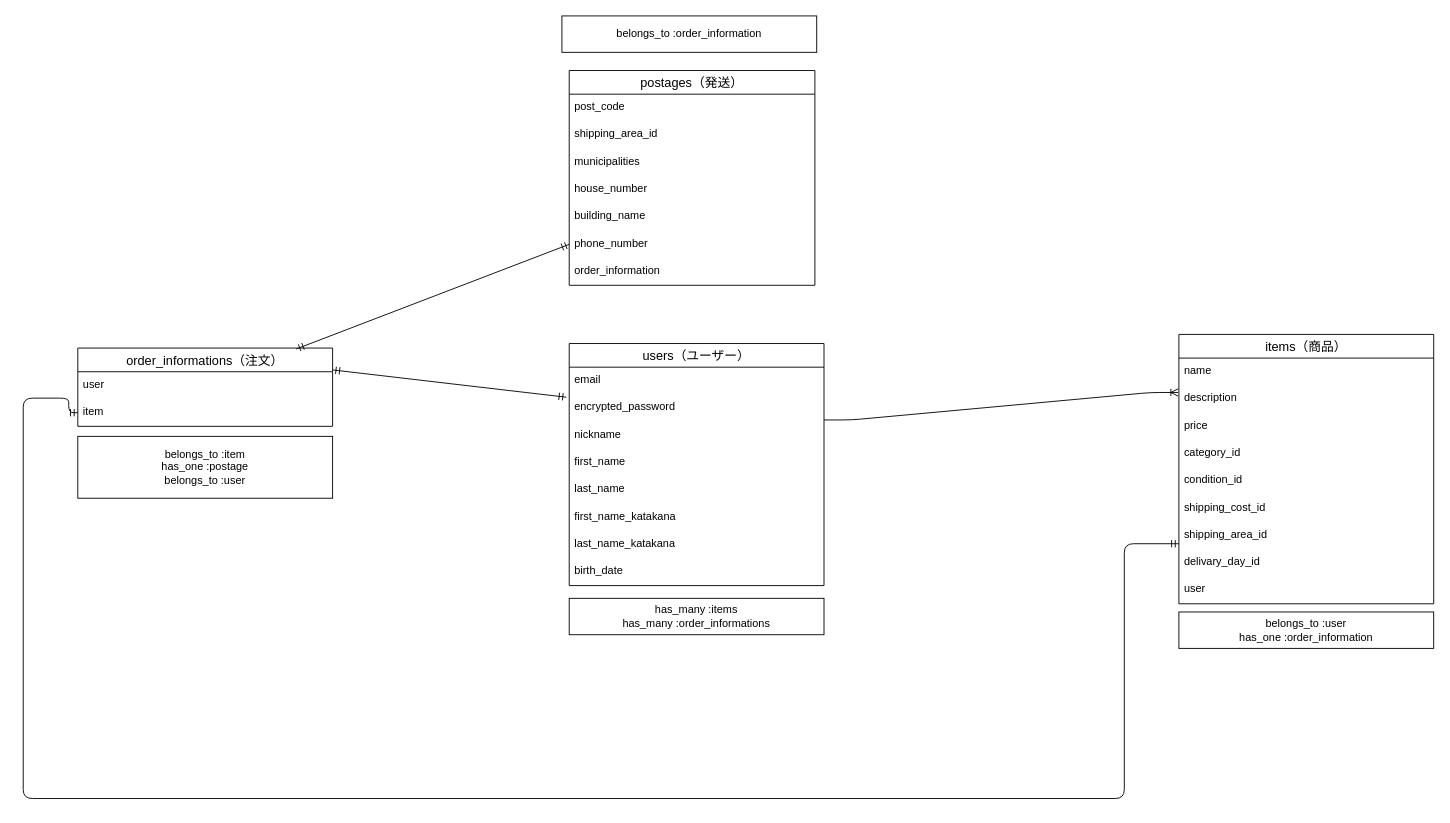
ippeiman/furima-39106 keeps this draw.io diagram as furima.dio. Above is the earlier version. Source tidied: cells renumbered, new cells numbered last; positions are measured from the earlier drawing's top-left corner, leaving out a move shared by most shapes. Both pictures are drawn from the tidied source at 91%, with x=0, y=0 at pixel (23, 15).
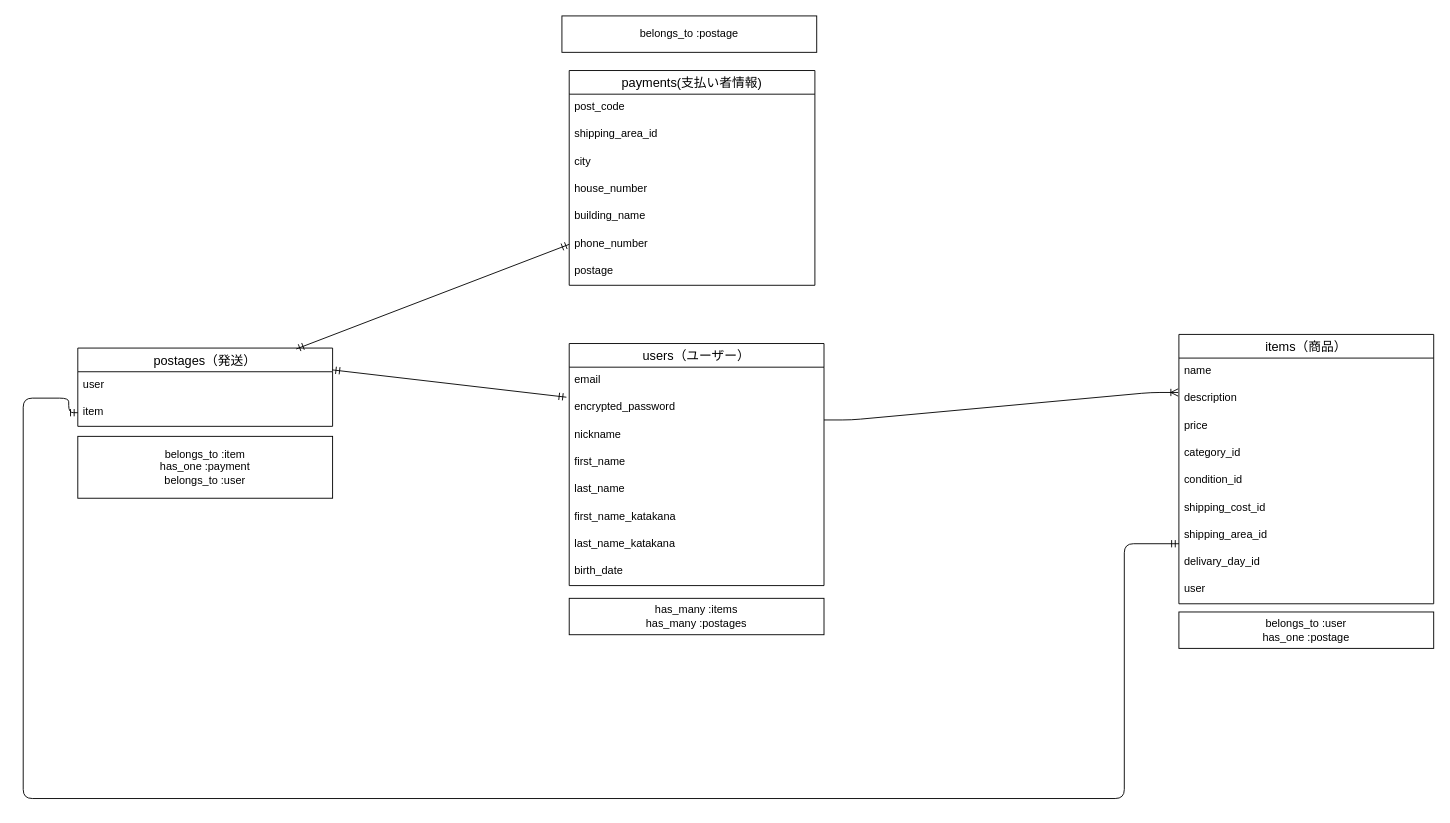
The same diagram, later.

What changed in the source:
```diff
@@
-    <mxCell id="22" value="order_informations（注文）" style="swimlane;fontStyle=0;horizontal=1;startSize=26;align=center;fontSize=14;" parent="1" vertex="1">
+    <mxCell id="22" value="postages（発送）" style="swimlane;fontStyle=0;horizontal=1;startSize=26;align=center;fontSize=14;" parent="1" vertex="1">
       <mxGeometry x="60" y="365" width="280" height="86" as="geometry" />
     </mxCell>
@@
-    <mxCell id="27" value="belongs_to :user&lt;br&gt;has_one :order_information" style="whiteSpace=wrap;html=1;align=center;" parent="1" vertex="1">
+    <mxCell id="27" value="belongs_to :user&lt;br&gt;has_one :postage" style="whiteSpace=wrap;html=1;align=center;" parent="1" vertex="1">
       <mxGeometry x="1270" y="655" width="280" height="40" as="geometry" />
     </mxCell>
-    <mxCell id="28" value="belongs_to :item&lt;br&gt;has_one :postage&lt;br&gt;belongs_to :user" style="whiteSpace=wrap;html=1;align=center;" parent="1" vertex="1">
+    <mxCell id="28" value="belongs_to :item&lt;br&gt;has_one :payment&lt;br&gt;belongs_to :user" style="whiteSpace=wrap;html=1;align=center;" parent="1" vertex="1">
       <mxGeometry x="60" y="462" width="280" height="68" as="geometry" />
     </mxCell>
-    <mxCell id="29" value="postages（発送）" style="swimlane;fontStyle=0;horizontal=1;startSize=26;align=center;fontSize=14;" parent="1" vertex="1">
+    <mxCell id="29" value="payments(支払い者情報)" style="swimlane;fontStyle=0;horizontal=1;startSize=26;align=center;fontSize=14;" parent="1" vertex="1">
       <mxGeometry x="600" y="60" width="270" height="236" as="geometry" />
     </mxCell>
@@
-    <mxCell id="32" value="municipalities" style="text;strokeColor=none;fillColor=none;spacingLeft=4;spacingRight=4;overflow=hidden;fontSize=12;" parent="29" vertex="1">
+    <mxCell id="32" value="city" style="text;strokeColor=none;fillColor=none;spacingLeft=4;spacingRight=4;overflow=hidden;fontSize=12;" parent="29" vertex="1">
       <mxGeometry y="86" width="270" height="30" as="geometry" />
     </mxCell>
@@
-    <mxCell id="36" value="order_information" style="text;strokeColor=none;fillColor=none;spacingLeft=4;spacingRight=4;overflow=hidden;fontSize=12;" parent="29" vertex="1">
+    <mxCell id="36" value="postage" style="text;strokeColor=none;fillColor=none;spacingLeft=4;spacingRight=4;overflow=hidden;fontSize=12;" parent="29" vertex="1">
       <mxGeometry y="206" width="270" height="30" as="geometry" />
     </mxCell>
-    <mxCell id="37" value="belongs_to :order_information" style="whiteSpace=wrap;html=1;align=center;" parent="1" vertex="1">
+    <mxCell id="37" value="belongs_to :postage" style="whiteSpace=wrap;html=1;align=center;" parent="1" vertex="1">
       <mxGeometry x="592" width="280" height="40" as="geometry" />
     </mxCell>
-    <mxCell id="38" value="has_many :items&lt;br&gt;has_many :order_informations" style="whiteSpace=wrap;html=1;align=center;" parent="1" vertex="1">
+    <mxCell id="38" value="has_many :items&lt;br&gt;has_many :postages" style="whiteSpace=wrap;html=1;align=center;" parent="1" vertex="1">
       <mxGeometry x="600" y="640" width="280" height="40" as="geometry" />
     </mxCell>
```
